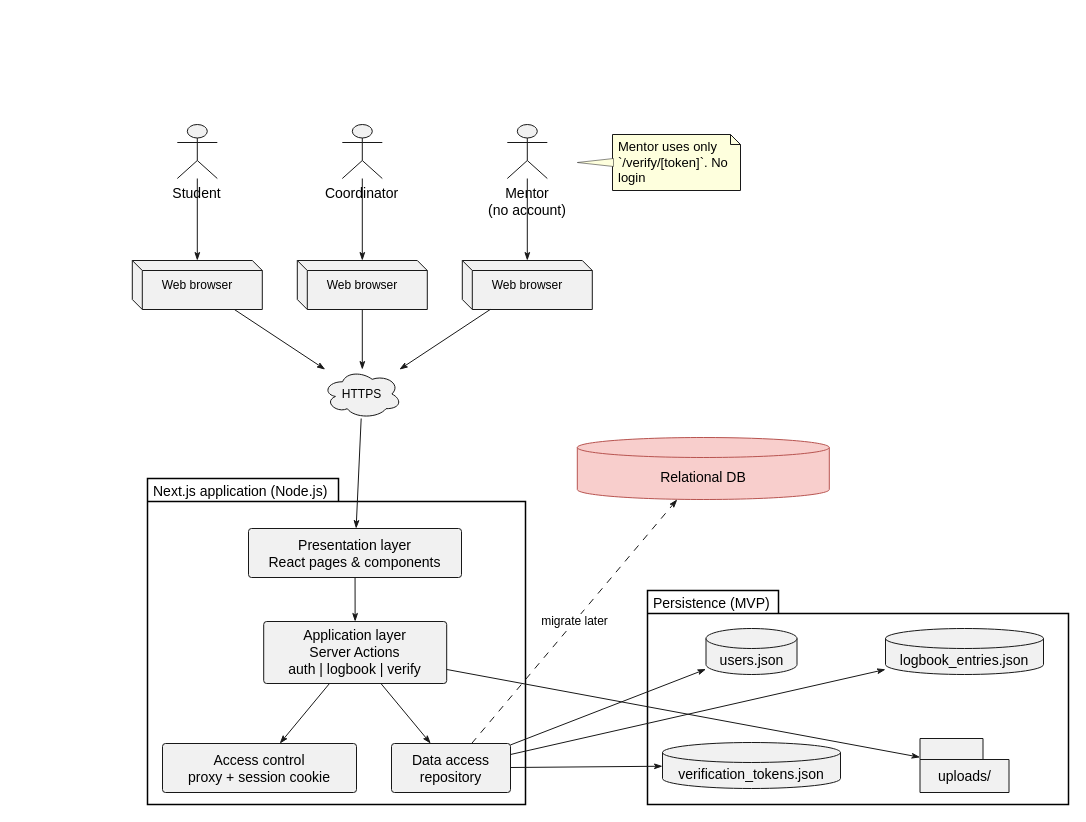
Before: 04_System_Design_and_Development/diagrams/Architecture.drawio in Noobey32/TrackWIL, a draw.io diagram. Source tidied: cells renumbered, new cells numbered last; positions are measured from the earlier drawing's top-left corner, leaving out a move shared by most shapes. Both pictures are drawn from the tidied source at 100%, with x=0, y=0 at pixel (17, 17).
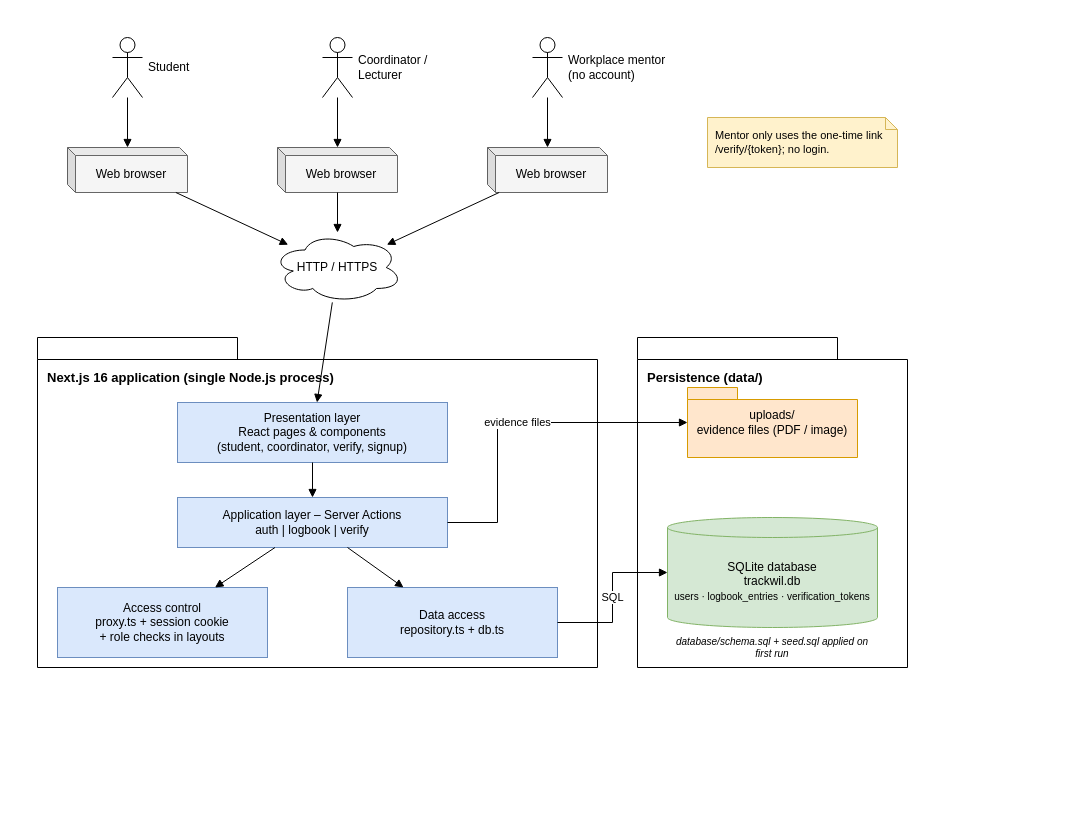
Above is the later version.

Change to the diagram source:
```diff
@@
-    <mxCell id="2" style="group;transparentBounds=1;editIcon=1;lockedGroup=0;groupPadding=10;" parent="1" vertex="1">
-      <mxGeometry as="geometry" />
-    </mxCell>
-    <mxCell id="3" value="Next.js application (Node.js)" style="shape=folder;tabWidth=191;tabHeight=23;tabPosition=left;html=1;whiteSpace=wrap;fillColor=none;strokeColor=#000000;strokeWidth=1.5;fontSize=14;fontStyle=0;fontColor=#000000;align=left;verticalAlign=top;spacingLeft=4;spacingTop=-2;shadow=0;" parent="2" vertex="1">
-      <mxGeometry x="130" y="461" width="378" height="326" as="geometry" />
-    </mxCell>
-    <mxCell id="4" value="Presentation layer&#10;React pages &amp; components" style="rounded=1;absoluteArcSize=1;arcSize=6;fillColor=#F1F1F1;strokeColor=#181818;fontSize=14;whiteSpace=wrap;shadow=0;" parent="3" vertex="1">
-      <mxGeometry x="101" y="50" width="213" height="49" as="geometry" />
-    </mxCell>
-    <mxCell id="5" value="Application layer&#10;Server Actions&#10;auth | logbook | verify" style="rounded=1;absoluteArcSize=1;arcSize=6;fillColor=#F1F1F1;strokeColor=#181818;fontSize=14;whiteSpace=wrap;shadow=0;" parent="3" vertex="1">
-      <mxGeometry x="116.2" y="143" width="183" height="62" as="geometry" />
-    </mxCell>
-    <mxCell id="6" value="Access control&#10;proxy + session cookie" style="rounded=1;absoluteArcSize=1;arcSize=6;fillColor=#F1F1F1;strokeColor=#181818;fontSize=14;whiteSpace=wrap;shadow=0;" parent="3" vertex="1">
-      <mxGeometry x="15" y="265" width="194" height="49" as="geometry" />
-    </mxCell>
-    <mxCell id="7" value="Data access&#10;repository" style="rounded=1;absoluteArcSize=1;arcSize=6;fillColor=#F1F1F1;strokeColor=#181818;fontSize=14;whiteSpace=wrap;shadow=0;" parent="3" vertex="1">
-      <mxGeometry x="244" y="265" width="119" height="49" as="geometry" />
-    </mxCell>
-    <mxCell id="8" style="strokeColor=#181818;fontColor=#000000;fontSize=12;html=1;endArrow=classicThin;endFill=1;curved=0;rounded=0;endSize=6;sourcePerimeterSpacing=0;targetPerimeterSpacing=0;" parent="3" edge="1" source="4" target="5">
-      <mxGeometry relative="1" as="geometry" />
-    </mxCell>
-    <mxCell id="9" style="strokeColor=#181818;fontColor=#000000;fontSize=12;html=1;endArrow=classicThin;endFill=1;curved=0;rounded=0;endSize=6;sourcePerimeterSpacing=0;targetPerimeterSpacing=0;" parent="3" edge="1" source="5" target="6">
-      <mxGeometry relative="1" as="geometry" />
-    </mxCell>
-    <mxCell id="10" style="strokeColor=#181818;fontColor=#000000;fontSize=12;html=1;endArrow=classicThin;endFill=1;curved=0;rounded=0;endSize=6;sourcePerimeterSpacing=0;targetPerimeterSpacing=0;" parent="3" edge="1" source="5" target="7">
-      <mxGeometry relative="1" as="geometry" />
-    </mxCell>
-    <mxCell id="11" value="Persistence (MVP)" style="shape=folder;tabWidth=131;tabHeight=23;tabPosition=left;html=1;whiteSpace=wrap;fillColor=none;strokeColor=#000000;strokeWidth=1.5;fontSize=14;fontStyle=0;fontColor=#000000;align=left;verticalAlign=top;spacingLeft=4;spacingTop=-2;shadow=0;" parent="2" vertex="1">
-      <mxGeometry x="630" y="573" width="421" height="214" as="geometry" />
-    </mxCell>
-    <mxCell id="12" value="users.json" style="shape=cylinder3;size=10;boundedLbl=1;backgroundOutline=1;fillColor=#F1F1F1;strokeColor=#181818;fontSize=14;whiteSpace=wrap;shadow=0;" parent="11" vertex="1">
-      <mxGeometry x="58.5" y="38" width="91" height="46" as="geometry" />
-    </mxCell>
-    <mxCell id="13" value="logbook_entries.json" style="shape=cylinder3;size=10;boundedLbl=1;backgroundOutline=1;fillColor=#F1F1F1;strokeColor=#181818;fontSize=14;whiteSpace=wrap;shadow=0;" parent="11" vertex="1">
-      <mxGeometry x="238" y="38" width="158" height="46" as="geometry" />
-    </mxCell>
-    <mxCell id="14" value="verification_tokens.json" style="shape=cylinder3;size=10;boundedLbl=1;backgroundOutline=1;fillColor=#F1F1F1;strokeColor=#181818;fontSize=14;whiteSpace=wrap;shadow=0;" parent="11" vertex="1">
-      <mxGeometry x="15" y="152" width="178" height="46" as="geometry" />
-    </mxCell>
-    <mxCell id="15" value="uploads/" style="shape=folder;tabWidth=63;tabHeight=21;tabPosition=left;html=1;whiteSpace=wrap;fillColor=#F1F1F1;strokeColor=#181818;fontSize=14;align=center;verticalAlign=middle;spacingTop=21;shadow=0;" parent="11" vertex="1">
-      <mxGeometry x="272.5" y="148" width="89" height="54" as="geometry" />
-    </mxCell>
-    <mxCell id="16" style="shape=umlActor;html=1;fillColor=#F1F1F1;strokeColor=#181818;shadow=0;" parent="2" vertex="1">
-      <mxGeometry x="159.8" y="107" width="40" height="54" as="geometry" />
-    </mxCell>
-    <mxCell id="17" value="Student" style="text;html=1;strokeColor=none;fillColor=none;align=center;verticalAlign=top;fontSize=14;whiteSpace=wrap;" parent="2" vertex="1">
-      <mxGeometry x="153.3" y="161" width="53" height="22" as="geometry" />
+    <mxCell id="17" value="Student" style="shape=umlActor;labelPosition=right;verticalLabelPosition=middle;align=left;verticalAlign=middle;spacingLeft=4;html=1;outlineConnect=0;fontSize=12;" parent="1" vertex="1">
+      <mxGeometry x="95" y="20" width="30" height="60" as="geometry" />
     </mxCell>
-    <mxCell id="18" style="shape=umlActor;html=1;fillColor=#F1F1F1;strokeColor=#181818;shadow=0;" parent="2" vertex="1">
-      <mxGeometry x="324.8" y="107" width="40" height="54" as="geometry" />
-    </mxCell>
-    <mxCell id="19" value="Coordinator" style="text;html=1;strokeColor=none;fillColor=none;align=center;verticalAlign=top;fontSize=14;whiteSpace=wrap;" parent="2" vertex="1">
-      <mxGeometry x="302.3" y="161" width="85" height="22" as="geometry" />
-    </mxCell>
-    <mxCell id="20" style="shape=umlActor;html=1;fillColor=#F1F1F1;strokeColor=#181818;shadow=0;" parent="2" vertex="1">
-      <mxGeometry x="489.8" y="107" width="40" height="54" as="geometry" />
-    </mxCell>
-    <mxCell id="21" value="Mentor&lt;br&gt;(no account)" style="text;html=1;strokeColor=none;fillColor=none;align=center;verticalAlign=top;fontSize=14;whiteSpace=wrap;" parent="2" vertex="1">
-      <mxGeometry x="459.8" y="161" width="100" height="22" as="geometry" />
-    </mxCell>
-    <mxCell id="22" value="Web browser" style="shape=cube;size=10;fillColor=#F1F1F1;strokeColor=#181818;whiteSpace=wrap;shadow=0;" parent="2" vertex="1">
-      <mxGeometry x="114.8" y="243" width="130" height="49" as="geometry" />
-    </mxCell>
-    <mxCell id="23" value="Web browser" style="shape=cube;size=10;fillColor=#F1F1F1;strokeColor=#181818;whiteSpace=wrap;shadow=0;" parent="2" vertex="1">
-      <mxGeometry x="279.8" y="243" width="130" height="49" as="geometry" />
-    </mxCell>
-    <mxCell id="24" value="Web browser" style="shape=cube;size=10;fillColor=#F1F1F1;strokeColor=#181818;whiteSpace=wrap;shadow=0;" parent="2" vertex="1">
-      <mxGeometry x="444.8" y="243" width="130" height="49" as="geometry" />
-    </mxCell>
-    <mxCell id="25" value="HTTPS" style="shape=cloud;fillColor=#F1F1F1;strokeColor=#181818;whiteSpace=wrap;shadow=0;" parent="2" vertex="1">
-      <mxGeometry x="305.3" y="352" width="79" height="49" as="geometry" />
-    </mxCell>
-    <mxCell id="26" value="Relational DB" style="shape=cylinder3;size=10;boundedLbl=1;backgroundOutline=1;fontSize=14;whiteSpace=wrap;shadow=0;fillColor=#f8cecc;strokeColor=#b85450;" parent="2" vertex="1">
-      <mxGeometry x="559.8" y="420" width="252" height="62" as="geometry" />
-    </mxCell>
-    <mxCell id="27" style="strokeColor=#181818;fontColor=#000000;fontSize=12;html=1;endArrow=classicThin;endFill=1;curved=0;rounded=0;endSize=6;sourcePerimeterSpacing=0;targetPerimeterSpacing=0;" parent="2" edge="1" source="16" target="22">
-      <mxGeometry relative="1" as="geometry" />
-    </mxCell>
-    <mxCell id="28" style="strokeColor=#181818;fontColor=#000000;fontSize=12;html=1;endArrow=classicThin;endFill=1;curved=0;rounded=0;endSize=6;sourcePerimeterSpacing=0;targetPerimeterSpacing=0;" parent="2" edge="1" source="18" target="23">
-      <mxGeometry relative="1" as="geometry" />
-    </mxCell>
-    <mxCell id="29" style="strokeColor=#181818;fontColor=#000000;fontSize=12;html=1;endArrow=classicThin;endFill=1;curved=0;rounded=0;endSize=6;sourcePerimeterSpacing=0;targetPerimeterSpacing=0;" parent="2" edge="1" source="20" target="24">
-      <mxGeometry relative="1" as="geometry" />
-    </mxCell>
-    <mxCell id="30" style="strokeColor=#181818;fontColor=#000000;fontSize=12;html=1;endArrow=classicThin;endFill=1;curved=0;rounded=0;endSize=6;sourcePerimeterSpacing=0;targetPerimeterSpacing=0;" parent="2" edge="1" source="22" target="25">
-      <mxGeometry relative="1" as="geometry" />
-    </mxCell>
-    <mxCell id="31" style="strokeColor=#181818;fontColor=#000000;fontSize=12;html=1;endArrow=classicThin;endFill=1;curved=0;rounded=0;endSize=6;sourcePerimeterSpacing=0;targetPerimeterSpacing=0;" parent="2" edge="1" source="23" target="25">
-      <mxGeometry relative="1" as="geometry" />
-    </mxCell>
-    <mxCell id="32" style="strokeColor=#181818;fontColor=#000000;fontSize=12;html=1;endArrow=classicThin;endFill=1;curved=0;rounded=0;endSize=6;sourcePerimeterSpacing=0;targetPerimeterSpacing=0;" parent="2" edge="1" source="24" target="25">
-      <mxGeometry relative="1" as="geometry" />
-    </mxCell>
-    <mxCell id="33" style="strokeColor=#181818;fontColor=#000000;fontSize=12;html=1;endArrow=classicThin;endFill=1;curved=0;rounded=0;endSize=6;sourcePerimeterSpacing=0;targetPerimeterSpacing=0;" parent="2" edge="1" source="25" target="4">
-      <mxGeometry relative="1" as="geometry" />
-    </mxCell>
-    <mxCell id="34" style="strokeColor=#181818;fontColor=#000000;fontSize=12;html=1;endArrow=classicThin;endFill=1;curved=0;rounded=0;endSize=6;sourcePerimeterSpacing=0;targetPerimeterSpacing=0;" parent="2" edge="1" source="7" target="12">
-      <mxGeometry relative="1" as="geometry" />
-    </mxCell>
-    <mxCell id="35" style="strokeColor=#181818;fontColor=#000000;fontSize=12;html=1;endArrow=classicThin;endFill=1;curved=0;rounded=0;endSize=6;sourcePerimeterSpacing=0;targetPerimeterSpacing=0;" parent="2" edge="1" source="7" target="13">
-      <mxGeometry relative="1" as="geometry" />
-    </mxCell>
-    <mxCell id="36" style="strokeColor=#181818;fontColor=#000000;fontSize=12;html=1;endArrow=classicThin;endFill=1;curved=0;rounded=0;endSize=6;sourcePerimeterSpacing=0;targetPerimeterSpacing=0;" parent="2" edge="1" source="7" target="14">
-      <mxGeometry relative="1" as="geometry" />
-    </mxCell>
-    <mxCell id="37" style="strokeColor=#181818;fontColor=#000000;fontSize=12;html=1;endArrow=classicThin;endFill=1;curved=0;rounded=0;endSize=6;sourcePerimeterSpacing=0;targetPerimeterSpacing=0;" parent="2" edge="1" source="5" target="15">
-      <mxGeometry relative="1" as="geometry" />
-    </mxCell>
-    <mxCell id="38" value="migrate later" style="strokeColor=#181818;fontColor=#000000;fontSize=12;html=1;labelBackgroundColor=#FFFFFF;endArrow=classicThin;endFill=1;dashed=1;dashPattern=7 7;curved=0;rounded=0;endSize=6;sourcePerimeterSpacing=0;targetPerimeterSpacing=0;" parent="2" edge="1" source="7" target="26">
-      <mxGeometry relative="1" as="geometry" />
-    </mxCell>
-    <mxCell id="39" value="Mentor uses only&#10;`/verify/[token]`. No login" style="shape=note;size=10;fillColor=#FEFFDD;strokeColor=#181818;fontSize=13;whiteSpace=wrap;align=left;spacingLeft=4;shadow=0;" parent="2" vertex="1">
-      <mxGeometry x="595" y="117" width="128" height="56" as="geometry" />
-    </mxCell>
-    <mxCell id="40" style="shape=triangle;fillColor=#FEFFDD;strokeColor=#181818;strokeWidth=0.5;shadow=0;direction=west;" parent="2" vertex="1">
-      <mxGeometry x="559.8" y="141" width="36.2" height="8" as="geometry" />
-    </mxCell>
+    <mxCell id="41" value="Coordinator /&lt;br&gt;Lecturer" style="shape=umlActor;labelPosition=right;verticalLabelPosition=middle;align=left;verticalAlign=middle;spacingLeft=4;html=1;outlineConnect=0;fontSize=12;" parent="1" vertex="1">
+      <mxGeometry x="305" y="20" width="30" height="60" as="geometry" />
+    </mxCell>
+    <mxCell id="42" value="Workplace mentor&lt;br&gt;(no account)" style="shape=umlActor;labelPosition=right;verticalLabelPosition=middle;align=left;verticalAlign=middle;spacingLeft=4;html=1;outlineConnect=0;fontSize=12;" parent="1" vertex="1">
+      <mxGeometry x="515" y="20" width="30" height="60" as="geometry" />
+    </mxCell>
+    <mxCell id="43" value="Mentor only uses the one-time link /verify/{token}; no login." style="shape=note;whiteSpace=wrap;html=1;size=12;fillColor=#fff2cc;strokeColor=#d6b656;fontSize=11;align=left;spacingLeft=6;" parent="1" vertex="1">
+      <mxGeometry x="690" y="100" width="190" height="50" as="geometry" />
+    </mxCell>
+    <mxCell id="44" value="Web browser" style="shape=cube;whiteSpace=wrap;html=1;boundedLbl=1;backgroundOutline=1;darkOpacity=0.05;darkOpacity2=0.1;size=8;fillColor=#f5f5f5;strokeColor=#666666;fontSize=12;" parent="1" vertex="1">
+      <mxGeometry x="50" y="130" width="120" height="45" as="geometry" />
+    </mxCell>
+    <mxCell id="45" value="Web browser" style="shape=cube;whiteSpace=wrap;html=1;boundedLbl=1;backgroundOutline=1;darkOpacity=0.05;darkOpacity2=0.1;size=8;fillColor=#f5f5f5;strokeColor=#666666;fontSize=12;" parent="1" vertex="1">
+      <mxGeometry x="260" y="130" width="120" height="45" as="geometry" />
+    </mxCell>
+    <mxCell id="46" value="Web browser" style="shape=cube;whiteSpace=wrap;html=1;boundedLbl=1;backgroundOutline=1;darkOpacity=0.05;darkOpacity2=0.1;size=8;fillColor=#f5f5f5;strokeColor=#666666;fontSize=12;" parent="1" vertex="1">
+      <mxGeometry x="470" y="130" width="120" height="45" as="geometry" />
+    </mxCell>
+    <mxCell id="47" value="HTTP / HTTPS" style="ellipse;shape=cloud;whiteSpace=wrap;html=1;fontSize=12;" parent="1" vertex="1">
+      <mxGeometry x="255" y="215" width="130" height="70" as="geometry" />
+    </mxCell>
+    <mxCell id="48" value="Next.js 16 application (single Node.js process)" style="shape=folder;fontStyle=1;spacingTop=26;tabWidth=200;tabHeight=22;tabPosition=left;html=1;whiteSpace=wrap;verticalAlign=top;align=left;spacingLeft=8;fillColor=none;fontSize=13;" parent="1" vertex="1">
+      <mxGeometry x="20" y="320" width="560" height="330" as="geometry" />
+    </mxCell>
+    <mxCell id="49" value="Presentation layer&lt;br&gt;React pages &amp;amp; components&lt;br&gt;(student, coordinator, verify, signup)" style="rounded=0;whiteSpace=wrap;html=1;fillColor=#dae8fc;strokeColor=#6c8ebf;fontSize=12;" parent="1" vertex="1">
+      <mxGeometry x="160" y="385" width="270" height="60" as="geometry" />
+    </mxCell>
+    <mxCell id="50" value="Application layer – Server Actions&lt;br&gt;auth | logbook | verify" style="rounded=0;whiteSpace=wrap;html=1;fillColor=#dae8fc;strokeColor=#6c8ebf;fontSize=12;" parent="1" vertex="1">
+      <mxGeometry x="160" y="480" width="270" height="50" as="geometry" />
+    </mxCell>
+    <mxCell id="51" value="Access control&lt;br&gt;proxy.ts + session cookie&lt;br&gt;+ role checks in layouts" style="rounded=0;whiteSpace=wrap;html=1;fillColor=#dae8fc;strokeColor=#6c8ebf;fontSize=12;" parent="1" vertex="1">
+      <mxGeometry x="40" y="570" width="210" height="70" as="geometry" />
+    </mxCell>
+    <mxCell id="52" value="Data access&lt;br&gt;repository.ts + db.ts" style="rounded=0;whiteSpace=wrap;html=1;fillColor=#dae8fc;strokeColor=#6c8ebf;fontSize=12;" parent="1" vertex="1">
+      <mxGeometry x="330" y="570" width="210" height="70" as="geometry" />
+    </mxCell>
+    <mxCell id="53" value="Persistence (data/)" style="shape=folder;fontStyle=1;spacingTop=26;tabWidth=200;tabHeight=22;tabPosition=left;html=1;whiteSpace=wrap;verticalAlign=top;align=left;spacingLeft=8;fillColor=none;fontSize=13;" parent="1" vertex="1">
+      <mxGeometry x="620" y="320" width="270" height="330" as="geometry" />
+    </mxCell>
+    <mxCell id="54" value="SQLite database&lt;br&gt;trackwil.db&lt;br&gt;&lt;font style=&quot;font-size:10px&quot;&gt;users · logbook_entries · verification_tokens&lt;/font&gt;" style="shape=cylinder3;whiteSpace=wrap;html=1;boundedLbl=1;backgroundOutline=1;size=10;fillColor=#d5e8d4;strokeColor=#82b366;fontSize=12;" parent="1" vertex="1">
+      <mxGeometry x="650" y="500" width="210" height="110" as="geometry" />
+    </mxCell>
+    <mxCell id="55" value="uploads/&lt;br&gt;evidence files (PDF / image)" style="shape=folder;tabWidth=50;tabHeight=12;tabPosition=left;html=1;whiteSpace=wrap;fillColor=#ffe6cc;strokeColor=#d79b00;fontSize=12;" parent="1" vertex="1">
+      <mxGeometry x="670" y="370" width="170" height="70" as="geometry" />
+    </mxCell>
+    <mxCell id="56" value="database/schema.sql + seed.sql applied on first run" style="text;html=1;whiteSpace=wrap;align=center;fontSize=10;fontStyle=2;" parent="1" vertex="1">
+      <mxGeometry x="650" y="612" width="210" height="30" as="geometry" />
+    </mxCell>
+    <mxCell id="57" style="endArrow=block;endFill=1;html=1;rounded=0;fontSize=11;" parent="1" edge="1" source="17" target="44">
+      <mxGeometry relative="1" as="geometry" />
+    </mxCell>
+    <mxCell id="58" style="endArrow=block;endFill=1;html=1;rounded=0;fontSize=11;" parent="1" edge="1" source="41" target="45">
+      <mxGeometry relative="1" as="geometry" />
+    </mxCell>
+    <mxCell id="59" style="endArrow=block;endFill=1;html=1;rounded=0;fontSize=11;" parent="1" edge="1" source="42" target="46">
+      <mxGeometry relative="1" as="geometry" />
+    </mxCell>
+    <mxCell id="60" style="endArrow=block;endFill=1;html=1;rounded=0;fontSize=11;" parent="1" edge="1" source="44" target="47">
+      <mxGeometry relative="1" as="geometry" />
+    </mxCell>
+    <mxCell id="61" style="endArrow=block;endFill=1;html=1;rounded=0;fontSize=11;" parent="1" edge="1" source="45" target="47">
+      <mxGeometry relative="1" as="geometry" />
+    </mxCell>
+    <mxCell id="62" style="endArrow=block;endFill=1;html=1;rounded=0;fontSize=11;" parent="1" edge="1" source="46" target="47">
+      <mxGeometry relative="1" as="geometry" />
+    </mxCell>
+    <mxCell id="63" style="endArrow=block;endFill=1;html=1;rounded=0;fontSize=11;" parent="1" edge="1" source="47" target="49">
+      <mxGeometry relative="1" as="geometry" />
+    </mxCell>
+    <mxCell id="64" style="endArrow=block;endFill=1;html=1;rounded=0;fontSize=11;" parent="1" edge="1" source="49" target="50">
+      <mxGeometry relative="1" as="geometry" />
+    </mxCell>
+    <mxCell id="65" style="endArrow=block;endFill=1;html=1;rounded=0;fontSize=11;" parent="1" edge="1" source="50" target="51">
+      <mxGeometry relative="1" as="geometry" />
+    </mxCell>
+    <mxCell id="66" style="endArrow=block;endFill=1;html=1;rounded=0;fontSize=11;" parent="1" edge="1" source="50" target="52">
+      <mxGeometry relative="1" as="geometry" />
+    </mxCell>
+    <mxCell id="67" value="SQL" style="endArrow=block;endFill=1;html=1;rounded=0;fontSize=11;edgeStyle=orthogonalEdgeStyle;exitX=1;exitY=0.5;entryX=0;entryY=0.5;" parent="1" edge="1" source="52" target="54">
+      <mxGeometry relative="1" as="geometry">
+        <Array as="points">
+          <mxPoint x="595" y="605" />
+          <mxPoint x="595" y="555" />
+        </Array>
+      </mxGeometry>
+    </mxCell>
+    <mxCell id="68" value="evidence files" style="endArrow=block;endFill=1;html=1;rounded=0;fontSize=11;edgeStyle=orthogonalEdgeStyle;exitX=1;exitY=0.5;entryX=0;entryY=0.5;" parent="1" edge="1" source="50" target="55">
+      <mxGeometry relative="1" as="geometry">
+        <Array as="points">
+          <mxPoint x="480" y="505" />
+          <mxPoint x="480" y="405" />
+        </Array>
+      </mxGeometry>
+    </mxCell>
```
